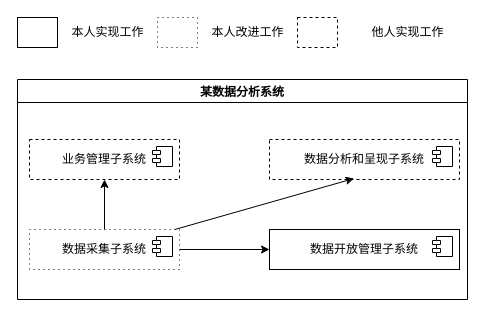
Above: 关系图.drawio in Diend-7/- (draw.io), before the change. Source tidied: cells renumbered, new cells numbered last; positions are measured from the earlier drawing's top-left corner, leaving out a move shared by most shapes. Both pictures are drawn from the tidied source at 100%, with x=0, y=0 at pixel (17, 17).
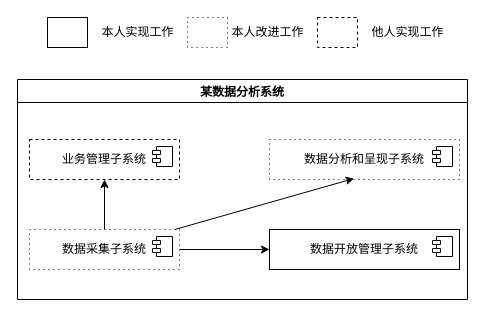
After the change.

Commit message:
更新关系图.drawio

Unchanged cells that the change refers to:
```xml
<mxCell id="2" value="某数据分析系统" style="swimlane;" parent="1" vertex="1">
  <mxGeometry y="62" width="450" height="220" as="geometry" />
</mxCell>
```

Change to the diagram source:
```diff
@@
-    <mxCell id="9" value="数据分析和呈现子系统" style="html=1;whiteSpace=wrap;dashed=1;" parent="2" vertex="1">
+    <mxCell id="9" value="数据分析和呈现子系统" style="html=1;whiteSpace=wrap;dashed=1;dashPattern=1 4;" parent="2" vertex="1">
       <mxGeometry x="252" y="60" width="190" height="40" as="geometry" />
     </mxCell>
@@
     <mxCell id="14" style="rounded=0;whiteSpace=wrap;html=1;" parent="1" vertex="1">
-      <mxGeometry width="40" height="30" as="geometry" />
+      <mxGeometry x="30" width="40" height="30" as="geometry" />
     </mxCell>
     <mxCell id="15" style="rounded=0;whiteSpace=wrap;html=1;dashed=1;dashPattern=1 4;" parent="1" vertex="1">
-      <mxGeometry x="140" width="40" height="30" as="geometry" />
+      <mxGeometry x="170" width="40" height="30" as="geometry" />
     </mxCell>
     <mxCell id="16" value="本人实现工作" style="text;html=1;align=center;verticalAlign=middle;strokeColor=none;fillColor=none;" parent="1" vertex="1">
-      <mxGeometry x="40" width="100" height="30" as="geometry" />
+      <mxGeometry x="70" width="100" height="30" as="geometry" />
     </mxCell>
     <mxCell id="17" value="本人改进工作" style="text;html=1;align=center;verticalAlign=middle;strokeColor=none;fillColor=none;" parent="1" vertex="1">
-      <mxGeometry x="180" width="100" height="30" as="geometry" />
+      <mxGeometry x="200" width="100" height="30" as="geometry" />
     </mxCell>
     <mxCell id="18" style="rounded=0;whiteSpace=wrap;html=1;dashed=1;" parent="1" vertex="1">
-      <mxGeometry x="280" width="40" height="30" as="geometry" />
+      <mxGeometry x="300" width="40" height="30" as="geometry" />
     </mxCell>
```
